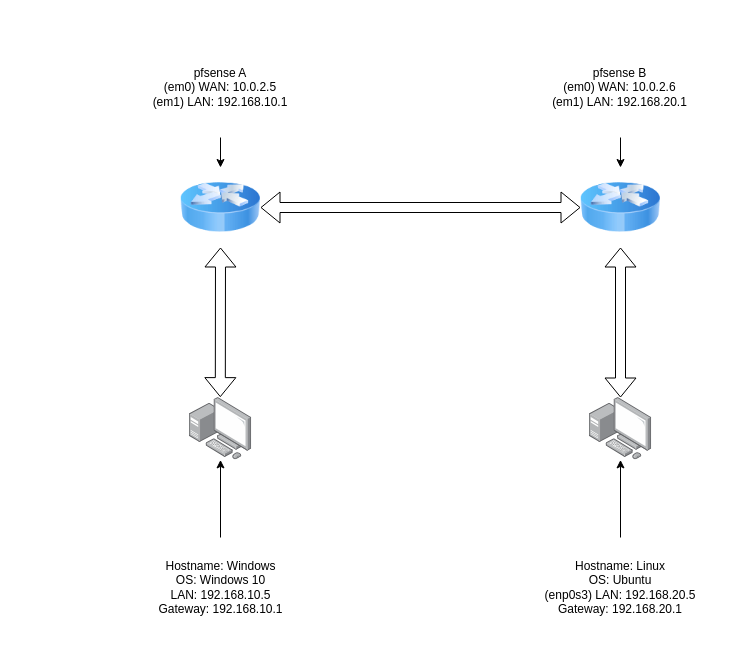
This is lab7.drawio from Z-Zachattack/Ops-301, a draw.io file, before an edit. Source tidied: cells renumbered, new cells numbered last; positions are measured from the earlier drawing's top-left corner, leaving out a move shared by most shapes. Both pictures are drawn from the tidied source at 100%, with x=0, y=0 at pixel (128, 37).
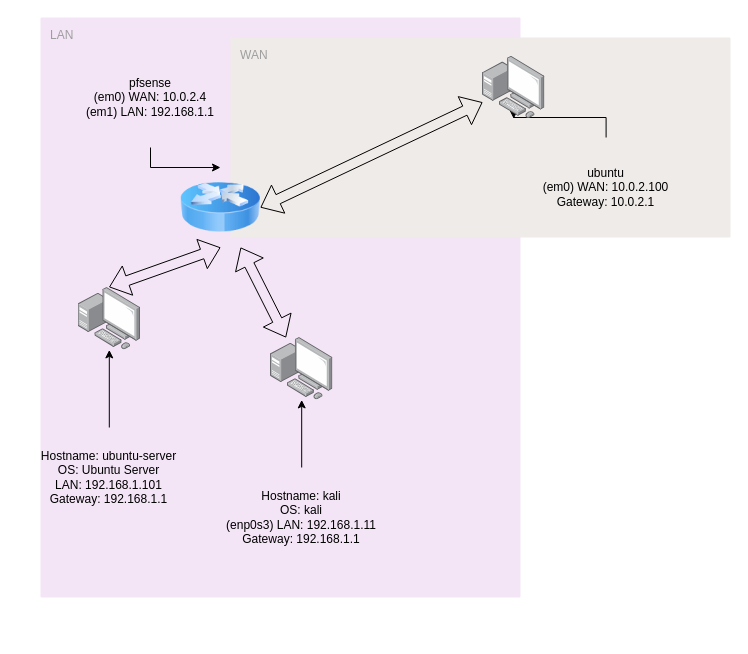
The same diagram, later.

What changed in the source:
```diff
@@
 <mxGraphModel>
   <root>
     <mxCell id="0" />
     <mxCell id="1" parent="0" />
+    <mxCell id="17" value="LAN" style="sketch=0;rounded=1;absoluteArcSize=1;arcSize=2;html=1;strokeColor=none;gradientColor=none;shadow=0;dashed=0;fontSize=12;fontColor=#9E9E9E;align=left;verticalAlign=top;spacing=10;spacingTop=-4;whiteSpace=wrap;fillColor=#F3E5F5;" parent="1" vertex="1">
+      <mxGeometry x="-88" y="-20" width="480" height="580" as="geometry" />
+    </mxCell>
+    <mxCell id="18" value="WAN" style="sketch=0;rounded=1;absoluteArcSize=1;arcSize=2;html=1;strokeColor=none;gradientColor=none;shadow=0;dashed=0;fontSize=12;fontColor=#9E9E9E;align=left;verticalAlign=top;spacing=10;spacingTop=-4;whiteSpace=wrap;fillColor=#EFEBE9;" parent="1" vertex="1">
+      <mxGeometry x="102" width="500" height="200" as="geometry" />
+    </mxCell>
     <mxCell id="2" style="image;html=1;image=img/lib/clip_art/networking/Router_Icon_128x128.png;" parent="1" vertex="1">
       <mxGeometry x="52" y="130" width="80" height="80" as="geometry" />
     </mxCell>
-    <mxCell id="3" style="image;html=1;image=img/lib/clip_art/networking/Router_Icon_128x128.png;" parent="1" vertex="1">
-      <mxGeometry x="452" y="130" width="80" height="80" as="geometry" />
-    </mxCell>
     <mxCell id="4" style="image;points=[];html=1;align=center;shadow=0;dashed=0;image=img/lib/allied_telesis/computer_and_terminals/Personal_Computer_with_Server.svg;" parent="1" vertex="1">
-      <mxGeometry x="60.8" y="360" width="62.4" height="62.4" as="geometry" />
+      <mxGeometry x="-50.4" y="250" width="62.4" height="62.4" as="geometry" />
     </mxCell>
     <mxCell id="5" style="image;points=[];html=1;align=center;shadow=0;dashed=0;image=img/lib/allied_telesis/computer_and_terminals/Personal_Computer_with_Server.svg;" parent="1" vertex="1">
-      <mxGeometry x="460.8" y="360" width="62.4" height="62.4" as="geometry" />
+      <mxGeometry x="142" y="300" width="62.4" height="62.4" as="geometry" />
     </mxCell>
-    <mxCell id="6" style="shape=flexArrow;endArrow=classic;startArrow=classic;html=1;rounded=0;entryX=0;entryY=0.5;entryDx=0;entryDy=0;exitX=1;exitY=0.5;exitDx=0;exitDy=0;" parent="1" edge="1" source="2" target="3">
+    <mxCell id="6" style="shape=flexArrow;endArrow=classic;startArrow=classic;html=1;rounded=0;exitX=1;exitY=0.5;exitDx=0;exitDy=0;" parent="1" edge="1" source="2" target="19">
       <mxGeometry relative="1" as="geometry" />
     </mxCell>
-    <mxCell id="7" style="shape=flexArrow;endArrow=classic;startArrow=classic;html=1;rounded=0;entryX=0.5;entryY=1;entryDx=0;entryDy=0;" parent="1" edge="1" source="5" target="3">
+    <mxCell id="7" style="shape=flexArrow;endArrow=classic;startArrow=classic;html=1;rounded=0;" parent="1" edge="1" source="5" target="2">
       <mxGeometry relative="1" as="geometry" />
     </mxCell>
     <mxCell id="8" style="shape=flexArrow;endArrow=classic;startArrow=classic;html=1;rounded=0;entryX=0.5;entryY=1;entryDx=0;entryDy=0;exitX=0.497;exitY=-0.006;exitDx=0;exitDy=0;exitPerimeter=0;" parent="1" edge="1" source="4" target="2">
       <mxGeometry relative="1" as="geometry" />
     </mxCell>
     <mxCell id="9" style="edgeStyle=orthogonalEdgeStyle;rounded=0;jettySize=auto;html=1;" parent="1" edge="1" source="10" target="2">
       <mxGeometry relative="1" as="geometry" />
     </mxCell>
-    <mxCell id="10" value="pfsense A&lt;br&gt;(em0) WAN: 10.0.2.5&lt;br&gt;(em1) LAN: 192.168.10.1" style="text;html=1;strokeColor=none;fillColor=none;align=center;verticalAlign=middle;whiteSpace=wrap;rounded=0;" parent="1" vertex="1">
-      <mxGeometry x="12" width="160" height="100" as="geometry" />
+    <mxCell id="10" value="pfsense&lt;br&gt;(em0) WAN: 10.0.2.4&lt;br&gt;(em1) LAN: 192.168.1.1" style="text;html=1;strokeColor=none;fillColor=none;align=center;verticalAlign=middle;whiteSpace=wrap;rounded=0;" parent="1" vertex="1">
+      <mxGeometry x="-58" y="10" width="160" height="100" as="geometry" />
     </mxCell>
-    <mxCell id="11" style="edgeStyle=orthogonalEdgeStyle;rounded=0;jettySize=auto;html=1;" parent="1" edge="1" source="12" target="3">
+    <mxCell id="11" style="edgeStyle=orthogonalEdgeStyle;rounded=0;jettySize=auto;html=1;" parent="1" edge="1" source="12" target="19">
       <mxGeometry relative="1" as="geometry" />
     </mxCell>
-    <mxCell id="12" value="pfsense B&lt;br&gt;(em0) WAN: 10.0.2.6&lt;br&gt;(em1) LAN: 192.168.20.1" style="text;html=1;strokeColor=none;fillColor=none;align=center;verticalAlign=middle;whiteSpace=wrap;rounded=0;" parent="1" vertex="1">
-      <mxGeometry x="416.4" width="151.2" height="100" as="geometry" />
+    <mxCell id="12" value="ubuntu&lt;br&gt;(em0) WAN: 10.0.2.100&lt;br&gt;Gateway: 10.0.2.1" style="text;html=1;strokeColor=none;fillColor=none;align=center;verticalAlign=middle;whiteSpace=wrap;rounded=0;" parent="1" vertex="1">
+      <mxGeometry x="402" y="100" width="151.2" height="100" as="geometry" />
     </mxCell>
     <mxCell id="13" style="edgeStyle=orthogonalEdgeStyle;rounded=0;jettySize=auto;html=1;" parent="1" edge="1" source="14" target="4">
       <mxGeometry relative="1" as="geometry" />
     </mxCell>
-    <mxCell id="14" value="Hostname: Windows&lt;br&gt;OS: Windows 10&lt;br&gt;LAN: 192.168.10.5&lt;br&gt;Gateway: 192.168.10.1" style="text;html=1;strokeColor=none;fillColor=none;align=center;verticalAlign=middle;whiteSpace=wrap;rounded=0;" parent="1" vertex="1">
-      <mxGeometry x="-0.5" y="500" width="185" height="100" as="geometry" />
+    <mxCell id="14" value="Hostname: ubuntu-server&lt;br&gt;OS: Ubuntu Server&lt;br&gt;LAN: 192.168.1.101&lt;br&gt;Gateway: 192.168.1.1" style="text;html=1;strokeColor=none;fillColor=none;align=center;verticalAlign=middle;whiteSpace=wrap;rounded=0;" parent="1" vertex="1">
+      <mxGeometry x="-111.7" y="390" width="185" height="100" as="geometry" />
     </mxCell>
     <mxCell id="15" style="edgeStyle=orthogonalEdgeStyle;rounded=0;jettySize=auto;html=1;" parent="1" edge="1" source="16" target="5">
       <mxGeometry relative="1" as="geometry" />
     </mxCell>
-    <mxCell id="16" value="Hostname: Linux&lt;br&gt;OS: Ubuntu&lt;br&gt;(enp0s3) LAN: 192.168.20.5&lt;br&gt;Gateway: 192.168.20.1" style="text;html=1;strokeColor=none;fillColor=none;align=center;verticalAlign=middle;whiteSpace=wrap;rounded=0;" parent="1" vertex="1">
-      <mxGeometry x="385.1" y="500" width="213.8" height="100" as="geometry" />
+    <mxCell id="16" value="Hostname: kali&lt;br&gt;OS: kali&lt;br&gt;(enp0s3) LAN: 192.168.1.11&lt;br&gt;Gateway: 192.168.1.1" style="text;html=1;strokeColor=none;fillColor=none;align=center;verticalAlign=middle;whiteSpace=wrap;rounded=0;" parent="1" vertex="1">
+      <mxGeometry x="66.3" y="430" width="213.8" height="100" as="geometry" />
     </mxCell>
+    <mxCell id="19" style="image;points=[];html=1;align=center;shadow=0;dashed=0;image=img/lib/allied_telesis/computer_and_terminals/Personal_Computer_with_Server.svg;" parent="1" vertex="1">
+      <mxGeometry x="354" y="18.8" width="62.4" height="62.4" as="geometry" />
+    </mxCell>
   </root>
 </mxGraphModel>
```
